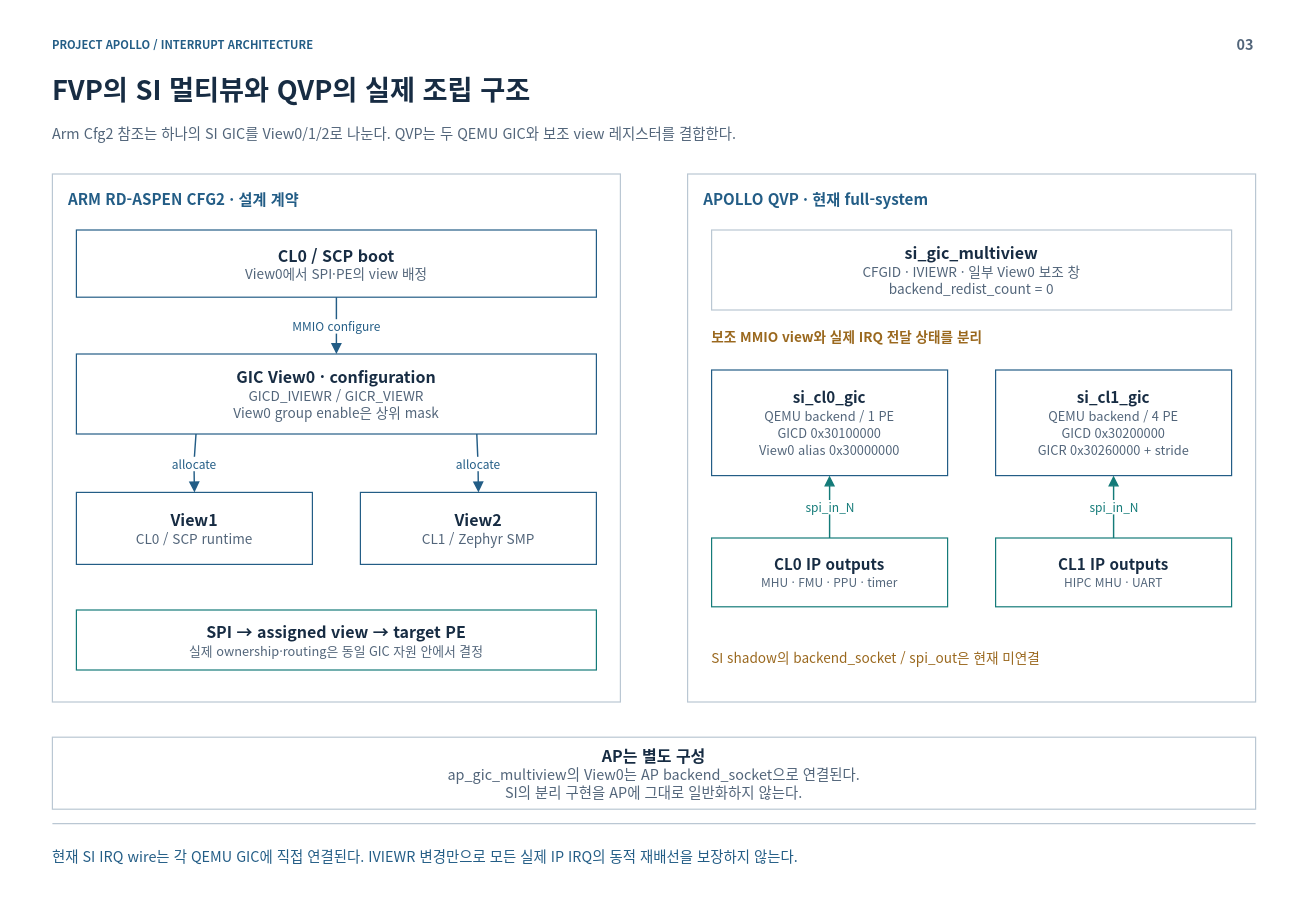
Before: page "03-multiview" (3 of 32) of doc/phase1/interrupt/apollo-interrupt-architecture.drawio in cometzero/project-apollo, a draw.io diagram. Source tidied: cells renumbered, new cells numbered last; positions are measured from the earlier drawing's top-left corner, leaving out a move shared by most shapes. Both pictures are drawn from the tidied source at 80%, with x=0, y=0 at pixel (14, 14).
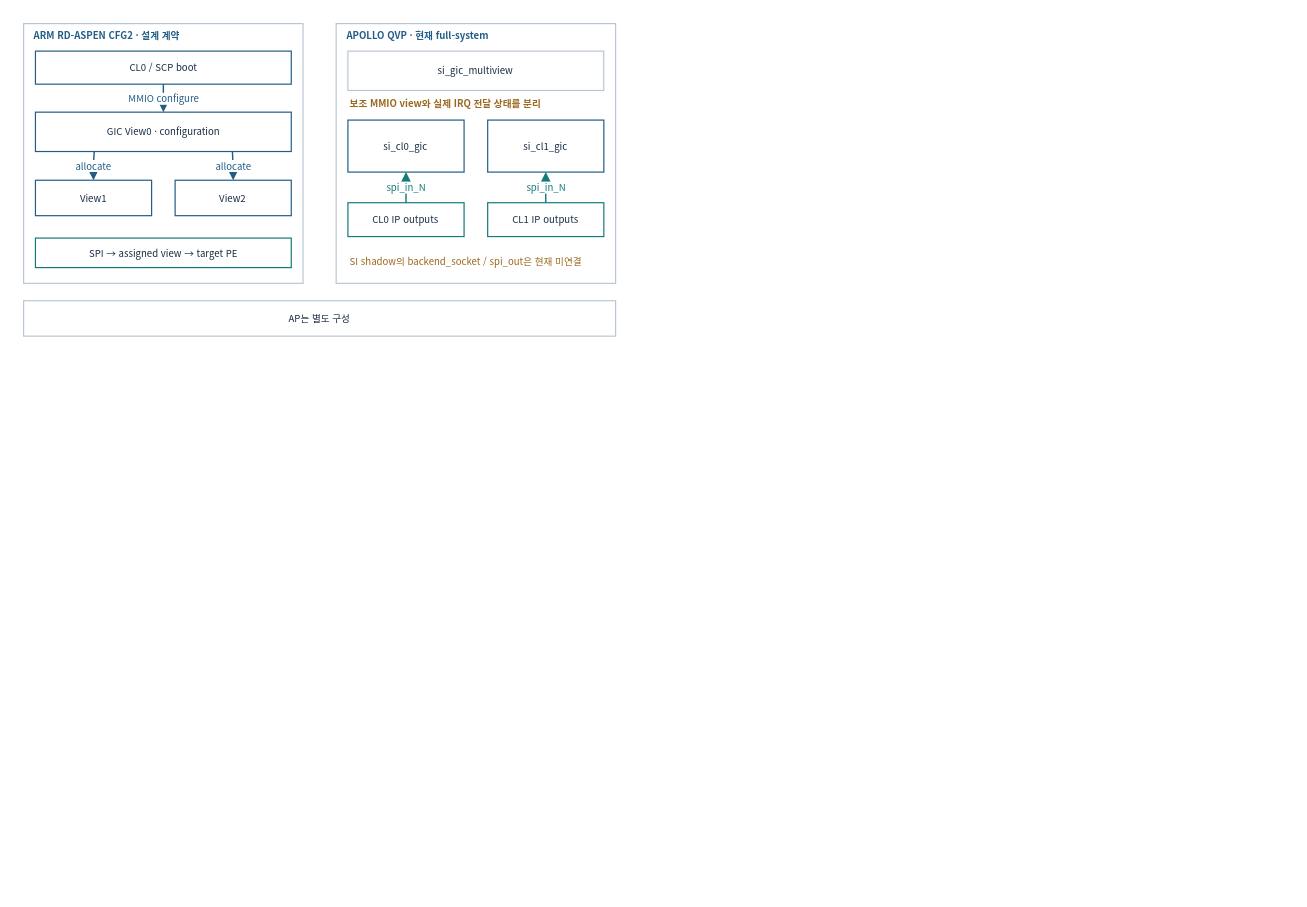
The same diagram, later.

The edit, as a diff of the source:
```diff
@@
-    <mxCell id="2" style="rounded=0;whiteSpace=wrap;html=1;fillColor=#FFFFFF;strokeColor=none;strokeWidth=1.5;fontColor=#172C43;fontFamily=Noto Sans CJK KR;fontSize=18;spacing=14;" parent="1" vertex="1">
-      <mxGeometry width="1600" height="1100" as="geometry" />
-    </mxCell>
-    <mxCell id="3" value="PROJECT APOLLO  /  INTERRUPT ARCHITECTURE" style="rounded=0;whiteSpace=wrap;html=1;fillColor=#FFFFFF;strokeColor=none;strokeWidth=1.5;fontColor=#172C43;fontFamily=Noto Sans CJK KR;fontSize=18;spacing=14;fillColor=none;align=left;verticalAlign=middle;spacing=0;fontSize=14;fontColor=#235D86;fontStyle=1;" parent="1" vertex="1">
-      <mxGeometry x="48" y="26" width="1400" height="24" as="geometry" />
-    </mxCell>
-    <mxCell id="4" value="03" style="rounded=0;whiteSpace=wrap;html=1;fillColor=#FFFFFF;strokeColor=none;strokeWidth=1.5;fontColor=#172C43;fontFamily=Noto Sans CJK KR;fontSize=18;spacing=14;fillColor=none;align=right;verticalAlign=middle;spacing=0;fontSize=18;fontColor=#52657A;fontStyle=1;" parent="1" vertex="1">
-      <mxGeometry x="1485" y="23" width="65" height="30" as="geometry" />
-    </mxCell>
-    <mxCell id="5" value="FVP의 SI 멀티뷰와 QVP의 실제 조립 구조" style="rounded=0;whiteSpace=wrap;html=1;fillColor=#FFFFFF;strokeColor=none;strokeWidth=1.5;fontColor=#172C43;fontFamily=Noto Sans CJK KR;fontSize=18;spacing=14;fillColor=none;align=left;verticalAlign=middle;spacing=0;fontSize=34;fontColor=#172C43;fontStyle=1;" parent="1" vertex="1">
-      <mxGeometry x="48" y="67" width="1504" height="54" as="geometry" />
-    </mxCell>
-    <mxCell id="6" value="Arm Cfg2 참조는 하나의 SI GIC를 View0/1/2로 나눈다. QVP는 두 QEMU GIC와 보조 view 레지스터를 결합한다." style="rounded=0;whiteSpace=wrap;html=1;fillColor=#FFFFFF;strokeColor=none;strokeWidth=1.5;fontColor=#172C43;fontFamily=Noto Sans CJK KR;fontSize=18;spacing=14;fillColor=none;align=left;verticalAlign=middle;spacing=0;fontSize=18;fontColor=#52657A;" parent="1" vertex="1">
-      <mxGeometry x="48" y="127" width="1504" height="44" as="geometry" />
-    </mxCell>
-    <mxCell id="7" style="html=1;rounded=0;edgeStyle=none;endArrow=none;endSize=9;strokeColor=#BAC7D3;strokeWidth=1.6;fontColor=#BAC7D3;fontFamily=Noto Sans CJK KR;fontSize=15;labelBackgroundColor=#FFFFFF;" parent="1" edge="1">
-      <mxGeometry relative="1" as="geometry">
-        <mxPoint x="48" y="1012" as="sourcePoint" />
-        <mxPoint x="1552" y="1012" as="targetPoint" />
-      </mxGeometry>
-    </mxCell>
-    <mxCell id="8" value="현재 SI IRQ wire는 각 QEMU GIC에 직접 연결된다. IVIEWR 변경만으로 모든 실제 IP IRQ의 동적 재배선을 보장하지 않는다." style="rounded=0;whiteSpace=wrap;html=1;fillColor=#FFFFFF;strokeColor=none;strokeWidth=1.5;fontColor=#172C43;fontFamily=Noto Sans CJK KR;fontSize=18;spacing=14;fillColor=none;align=left;verticalAlign=middle;spacing=0;fontSize=18;fontColor=#235D86;" parent="1" vertex="1">
-      <mxGeometry x="48" y="1026" width="1504" height="52" as="geometry" />
-    </mxCell>
-    <mxCell id="9" style="rounded=0;whiteSpace=wrap;html=1;fillColor=#FFFFFF;strokeColor=#BAC7D3;strokeWidth=1.5;fontColor=#172C43;fontFamily=Noto Sans CJK KR;fontSize=18;spacing=14;" parent="1" vertex="1">
-      <mxGeometry x="48" y="200" width="710" height="660" as="geometry" />
+    <mxCell id="9" style="rounded=0;whiteSpace=wrap;html=1;fillColor=#FFFFFF;strokeColor=#BAC7D3;strokeWidth=1.5;fontColor=#172C43;fontFamily=Noto Sans CJK KR;fontSize=12;spacing=3;whiteSpace=wrap;" parent="1" vertex="1">
+      <mxGeometry x="12" y="12" width="349.3" height="324.7" as="geometry" />
     </mxCell>
-    <mxCell id="10" value="ARM RD-ASPEN CFG2  ·  설계 계약" style="rounded=0;whiteSpace=wrap;html=1;fillColor=#FFFFFF;strokeColor=none;strokeWidth=1.5;fontColor=#172C43;fontFamily=Noto Sans CJK KR;fontSize=18;spacing=14;fillColor=none;align=left;verticalAlign=middle;spacing=0;fontSize=19;fontColor=#235D86;fontStyle=1;" parent="1" vertex="1">
-      <mxGeometry x="68" y="215" width="670" height="32" as="geometry" />
+    <mxCell id="10" value="ARM RD-ASPEN CFG2  ·  설계 계약" style="rounded=0;whiteSpace=wrap;html=1;fillColor=#FFFFFF;strokeColor=none;strokeWidth=1.5;fontColor=#172C43;fontFamily=Noto Sans CJK KR;fillColor=none;align=left;verticalAlign=middle;fontColor=#235D86;fontStyle=1;fontSize=12;spacing=3;whiteSpace=wrap;" parent="1" vertex="1">
+      <mxGeometry x="21.8" y="19.4" width="329.6" height="15.7" as="geometry" />
     </mxCell>
-    <mxCell id="11" value="&lt;b style=&quot;font-size:20px&quot;&gt;CL0 / SCP boot&lt;/b&gt;&lt;br&gt;&lt;font color=&quot;#52657A&quot; style=&quot;font-size:17px&quot;&gt;View0에서 SPI·PE의 view 배정&lt;/font&gt;" style="rounded=0;whiteSpace=wrap;html=1;fillColor=#FFFFFF;strokeColor=#235D86;strokeWidth=1.5;fontColor=#172C43;fontFamily=Noto Sans CJK KR;fontSize=18;spacing=14;" parent="1" vertex="1">
-      <mxGeometry x="78" y="270" width="650" height="84" as="geometry" />
+    <mxCell id="11" value="CL0 / SCP boot" style="rounded=0;whiteSpace=wrap;html=1;fillColor=#FFFFFF;strokeColor=#235D86;strokeWidth=1.5;fontColor=#172C43;fontFamily=Noto Sans CJK KR;fontSize=12;spacing=3;whiteSpace=wrap;" parent="1" vertex="1">
+      <mxGeometry x="26.8" y="46.4" width="319.8" height="41.3" as="geometry" />
     </mxCell>
-    <mxCell id="12" value="&lt;b style=&quot;font-size:20px&quot;&gt;GIC View0 · configuration&lt;/b&gt;&lt;br&gt;&lt;font color=&quot;#52657A&quot; style=&quot;font-size:17px&quot;&gt;GICD_IVIEWR / GICR_VIEWR&lt;br&gt;View0 group enable은 상위 mask&lt;/font&gt;" style="rounded=0;whiteSpace=wrap;html=1;fillColor=#FFFFFF;strokeColor=#235D86;strokeWidth=1.5;fontColor=#172C43;fontFamily=Noto Sans CJK KR;fontSize=18;spacing=14;" parent="1" vertex="1">
-      <mxGeometry x="78" y="425" width="650" height="100" as="geometry" />
+    <mxCell id="12" value="GIC View0 · configuration" style="rounded=0;whiteSpace=wrap;html=1;fillColor=#FFFFFF;strokeColor=#235D86;strokeWidth=1.5;fontColor=#172C43;fontFamily=Noto Sans CJK KR;fontSize=12;spacing=3;whiteSpace=wrap;" parent="1" vertex="1">
+      <mxGeometry x="26.8" y="122.7" width="319.8" height="49.2" as="geometry" />
     </mxCell>
-    <mxCell id="13" value="&lt;b style=&quot;font-size:20px&quot;&gt;View1&lt;/b&gt;&lt;br&gt;&lt;font color=&quot;#52657A&quot; style=&quot;font-size:17px&quot;&gt;CL0 / SCP runtime&lt;/font&gt;" style="rounded=0;whiteSpace=wrap;html=1;fillColor=#FFFFFF;strokeColor=#235D86;strokeWidth=1.5;fontColor=#172C43;fontFamily=Noto Sans CJK KR;fontSize=18;spacing=14;" parent="1" vertex="1">
-      <mxGeometry x="78" y="598" width="295" height="90" as="geometry" />
+    <mxCell id="13" value="View1" style="rounded=0;whiteSpace=wrap;html=1;fillColor=#FFFFFF;strokeColor=#235D86;strokeWidth=1.5;fontColor=#172C43;fontFamily=Noto Sans CJK KR;fontSize=12;spacing=3;whiteSpace=wrap;" parent="1" vertex="1">
+      <mxGeometry x="26.8" y="207.8" width="145.2" height="44.3" as="geometry" />
     </mxCell>
-    <mxCell id="14" value="&lt;b style=&quot;font-size:20px&quot;&gt;View2&lt;/b&gt;&lt;br&gt;&lt;font color=&quot;#52657A&quot; style=&quot;font-size:17px&quot;&gt;CL1 / Zephyr SMP&lt;/font&gt;" style="rounded=0;whiteSpace=wrap;html=1;fillColor=#FFFFFF;strokeColor=#235D86;strokeWidth=1.5;fontColor=#172C43;fontFamily=Noto Sans CJK KR;fontSize=18;spacing=14;" parent="1" vertex="1">
-      <mxGeometry x="433" y="598" width="295" height="90" as="geometry" />
+    <mxCell id="14" value="View2" style="rounded=0;whiteSpace=wrap;html=1;fillColor=#FFFFFF;strokeColor=#235D86;strokeWidth=1.5;fontColor=#172C43;fontFamily=Noto Sans CJK KR;fontSize=12;spacing=3;whiteSpace=wrap;" parent="1" vertex="1">
+      <mxGeometry x="201.4" y="207.8" width="145.2" height="44.3" as="geometry" />
     </mxCell>
-    <mxCell id="15" value="MMIO configure" style="html=1;whiteSpace=nowrap;rounded=0;edgeStyle=none;endArrow=block;endFill=1;endSize=9;strokeColor=#235D86;strokeWidth=1.8;fontColor=#235D86;fontFamily=Noto Sans CJK KR;fontSize=15;labelBackgroundColor=#FFFFFF;exitX=0.5;exitY=1;exitDx=0;exitDy=0;entryX=0.5;entryY=0;entryDx=0;entryDy=0;" parent="1" edge="1" source="11" target="12">
+    <mxCell id="15" value="MMIO configure" style="html=1;rounded=0;edgeStyle=none;endArrow=block;endFill=1;endSize=9;strokeColor=#235D86;strokeWidth=1.8;fontColor=#235D86;fontFamily=Noto Sans CJK KR;labelBackgroundColor=#FFFFFF;exitX=0.5;exitY=1;exitDx=0;exitDy=0;entryX=0.5;entryY=0;entryDx=0;entryDy=0;fontSize=12;spacing=3;whiteSpace=nowrap;" parent="1" edge="1" source="11" target="12">
       <mxGeometry relative="1" as="geometry" />
     </mxCell>
-    <mxCell id="16" value="allocate" style="html=1;whiteSpace=nowrap;rounded=0;edgeStyle=none;endArrow=block;endFill=1;endSize=9;strokeColor=#235D86;strokeWidth=1.8;fontColor=#235D86;fontFamily=Noto Sans CJK KR;fontSize=15;labelBackgroundColor=#FFFFFF;exitX=0.23;exitY=1;exitDx=0;exitDy=0;entryX=0.5;entryY=0;entryDx=0;entryDy=0;" parent="1" edge="1" source="12" target="13">
+    <mxCell id="16" value="allocate" style="html=1;rounded=0;edgeStyle=none;endArrow=block;endFill=1;endSize=9;strokeColor=#235D86;strokeWidth=1.8;fontColor=#235D86;fontFamily=Noto Sans CJK KR;labelBackgroundColor=#FFFFFF;exitX=0.23;exitY=1;exitDx=0;exitDy=0;entryX=0.5;entryY=0;entryDx=0;entryDy=0;fontSize=12;spacing=3;whiteSpace=nowrap;" parent="1" edge="1" source="12" target="13">
       <mxGeometry relative="1" as="geometry">
         <Array as="points">
-          <mxPoint x="225" y="561" />
+          <mxPoint x="99.1" y="189.6" />
         </Array>
       </mxGeometry>
     </mxCell>
-    <mxCell id="17" value="allocate" style="html=1;whiteSpace=nowrap;rounded=0;edgeStyle=none;endArrow=block;endFill=1;endSize=9;strokeColor=#235D86;strokeWidth=1.8;fontColor=#235D86;fontFamily=Noto Sans CJK KR;fontSize=15;labelBackgroundColor=#FFFFFF;exitX=0.77;exitY=1;exitDx=0;exitDy=0;entryX=0.5;entryY=0;entryDx=0;entryDy=0;" parent="1" edge="1" source="12" target="14">
+    <mxCell id="17" value="allocate" style="html=1;rounded=0;edgeStyle=none;endArrow=block;endFill=1;endSize=9;strokeColor=#235D86;strokeWidth=1.8;fontColor=#235D86;fontFamily=Noto Sans CJK KR;labelBackgroundColor=#FFFFFF;exitX=0.77;exitY=1;exitDx=0;exitDy=0;entryX=0.5;entryY=0;entryDx=0;entryDy=0;fontSize=12;spacing=3;whiteSpace=nowrap;" parent="1" edge="1" source="12" target="14">
       <mxGeometry relative="1" as="geometry">
         <Array as="points">
-          <mxPoint x="580" y="561" />
+          <mxPoint x="273.8" y="189.6" />
         </Array>
       </mxGeometry>
     </mxCell>
-    <mxCell id="18" value="&lt;b style=&quot;font-size:20px&quot;&gt;SPI → assigned view → target PE&lt;/b&gt;&lt;br&gt;&lt;font color=&quot;#52657A&quot; style=&quot;font-size:16px&quot;&gt;실제 ownership·routing은 동일 GIC 자원 안에서 결정&lt;/font&gt;" style="rounded=0;whiteSpace=wrap;html=1;fillColor=#FFFFFF;strokeColor=#147B79;strokeWidth=1.5;fontColor=#172C43;fontFamily=Noto Sans CJK KR;fontSize=18;spacing=14;" parent="1" vertex="1">
-      <mxGeometry x="78" y="745" width="650" height="75" as="geometry" />
+    <mxCell id="18" value="SPI → assigned view → target PE" style="rounded=0;whiteSpace=wrap;html=1;fillColor=#FFFFFF;strokeColor=#147B79;strokeWidth=1.5;fontColor=#172C43;fontFamily=Noto Sans CJK KR;fontSize=12;spacing=3;whiteSpace=wrap;" parent="1" vertex="1">
+      <mxGeometry x="26.8" y="280.1" width="319.8" height="36.9" as="geometry" />
     </mxCell>
-    <mxCell id="19" style="rounded=0;whiteSpace=wrap;html=1;fillColor=#FFFFFF;strokeColor=#BAC7D3;strokeWidth=1.5;fontColor=#172C43;fontFamily=Noto Sans CJK KR;fontSize=18;spacing=14;" parent="1" vertex="1">
-      <mxGeometry x="842" y="200" width="710" height="660" as="geometry" />
+    <mxCell id="19" style="rounded=0;whiteSpace=wrap;html=1;fillColor=#FFFFFF;strokeColor=#BAC7D3;strokeWidth=1.5;fontColor=#172C43;fontFamily=Noto Sans CJK KR;fontSize=12;spacing=3;whiteSpace=wrap;" parent="1" vertex="1">
+      <mxGeometry x="402.7" y="12" width="349.3" height="324.7" as="geometry" />
     </mxCell>
-    <mxCell id="20" value="APOLLO QVP  ·  현재 full-system" style="rounded=0;whiteSpace=wrap;html=1;fillColor=#FFFFFF;strokeColor=none;strokeWidth=1.5;fontColor=#172C43;fontFamily=Noto Sans CJK KR;fontSize=18;spacing=14;fillColor=none;align=left;verticalAlign=middle;spacing=0;fontSize=19;fontColor=#235D86;fontStyle=1;" parent="1" vertex="1">
-      <mxGeometry x="862" y="215" width="670" height="32" as="geometry" />
+    <mxCell id="20" value="APOLLO QVP  ·  현재 full-system" style="rounded=0;whiteSpace=wrap;html=1;fillColor=#FFFFFF;strokeColor=none;strokeWidth=1.5;fontColor=#172C43;fontFamily=Noto Sans CJK KR;fillColor=none;align=left;verticalAlign=middle;fontColor=#235D86;fontStyle=1;fontSize=12;spacing=3;whiteSpace=wrap;" parent="1" vertex="1">
+      <mxGeometry x="412.5" y="19.4" width="329.6" height="15.7" as="geometry" />
     </mxCell>
-    <mxCell id="21" value="&lt;b style=&quot;font-size:20px&quot;&gt;si_gic_multiview&lt;/b&gt;&lt;br&gt;&lt;font color=&quot;#52657A&quot; style=&quot;font-size:17px&quot;&gt;CFGID · IVIEWR · 일부 View0 보조 창&lt;br&gt;backend_redist_count = 0&lt;/font&gt;" style="rounded=0;whiteSpace=wrap;html=1;fillColor=#FFFFFF;strokeColor=#BAC7D3;strokeWidth=1.5;fontColor=#172C43;fontFamily=Noto Sans CJK KR;fontSize=18;spacing=14;" parent="1" vertex="1">
-      <mxGeometry x="872" y="270" width="650" height="100" as="geometry" />
+    <mxCell id="21" value="si_gic_multiview" style="rounded=0;whiteSpace=wrap;html=1;fillColor=#FFFFFF;strokeColor=#BAC7D3;strokeWidth=1.5;fontColor=#172C43;fontFamily=Noto Sans CJK KR;fontSize=12;spacing=3;whiteSpace=wrap;" parent="1" vertex="1">
+      <mxGeometry x="417.4" y="46.4" width="319.8" height="49.2" as="geometry" />
     </mxCell>
-    <mxCell id="22" value="&lt;b style=&quot;font-size:19px&quot;&gt;si_cl0_gic&lt;/b&gt;&lt;br&gt;&lt;font color=&quot;#52657A&quot; style=&quot;font-size:16px&quot;&gt;QEMU backend / 1 PE&lt;br&gt;GICD 0x30100000&lt;br&gt;View0 alias 0x30000000&lt;/font&gt;" style="rounded=0;whiteSpace=wrap;html=1;fillColor=#FFFFFF;strokeColor=#235D86;strokeWidth=1.5;fontColor=#172C43;fontFamily=Noto Sans CJK KR;fontSize=18;spacing=14;" parent="1" vertex="1">
-      <mxGeometry x="872" y="445" width="295" height="132" as="geometry" />
+    <mxCell id="22" value="si_cl0_gic" style="rounded=0;whiteSpace=wrap;html=1;fillColor=#FFFFFF;strokeColor=#235D86;strokeWidth=1.5;fontColor=#172C43;fontFamily=Noto Sans CJK KR;fontSize=12;spacing=3;whiteSpace=wrap;" parent="1" vertex="1">
+      <mxGeometry x="417.4" y="132.6" width="145.2" height="65" as="geometry" />
     </mxCell>
-    <mxCell id="23" value="&lt;b style=&quot;font-size:19px&quot;&gt;si_cl1_gic&lt;/b&gt;&lt;br&gt;&lt;font color=&quot;#52657A&quot; style=&quot;font-size:16px&quot;&gt;QEMU backend / 4 PE&lt;br&gt;GICD 0x30200000&lt;br&gt;GICR 0x30260000 + stride&lt;/font&gt;" style="rounded=0;whiteSpace=wrap;html=1;fillColor=#FFFFFF;strokeColor=#235D86;strokeWidth=1.5;fontColor=#172C43;fontFamily=Noto Sans CJK KR;fontSize=18;spacing=14;" parent="1" vertex="1">
-      <mxGeometry x="1227" y="445" width="295" height="132" as="geometry" />
+    <mxCell id="23" value="si_cl1_gic" style="rounded=0;whiteSpace=wrap;html=1;fillColor=#FFFFFF;strokeColor=#235D86;strokeWidth=1.5;fontColor=#172C43;fontFamily=Noto Sans CJK KR;fontSize=12;spacing=3;whiteSpace=wrap;" parent="1" vertex="1">
+      <mxGeometry x="592.1" y="132.6" width="145.2" height="65" as="geometry" />
     </mxCell>
-    <mxCell id="24" value="보조 MMIO view와 실제 IRQ 전달 상태를 분리" style="rounded=0;whiteSpace=wrap;html=1;fillColor=#FFFFFF;strokeColor=none;strokeWidth=1.5;fontColor=#172C43;fontFamily=Noto Sans CJK KR;fontSize=18;spacing=14;fillColor=none;align=left;verticalAlign=middle;spacing=0;fontSize=17;fontColor=#9A681E;fontStyle=1;" parent="1" vertex="1">
-      <mxGeometry x="872" y="387" width="650" height="33" as="geometry" />
+    <mxCell id="24" value="보조 MMIO view와 실제 IRQ 전달 상태를 분리" style="rounded=0;whiteSpace=wrap;html=1;fillColor=#FFFFFF;strokeColor=none;strokeWidth=1.5;fontColor=#172C43;fontFamily=Noto Sans CJK KR;fillColor=none;align=left;verticalAlign=middle;fontColor=#9A681E;fontStyle=1;fontSize=12;spacing=3;whiteSpace=wrap;" parent="1" vertex="1">
+      <mxGeometry x="417.4" y="104" width="319.8" height="16.2" as="geometry" />
     </mxCell>
-    <mxCell id="25" value="&lt;b style=&quot;font-size:19px&quot;&gt;CL0 IP outputs&lt;/b&gt;&lt;br&gt;&lt;font color=&quot;#52657A&quot; style=&quot;font-size:15px&quot;&gt;MHU · FMU · PPU · timer&lt;/font&gt;" style="rounded=0;whiteSpace=wrap;html=1;fillColor=#FFFFFF;strokeColor=#147B79;strokeWidth=1.5;fontColor=#172C43;fontFamily=Noto Sans CJK KR;fontSize=18;spacing=14;" parent="1" vertex="1">
-      <mxGeometry x="872" y="655" width="295" height="86" as="geometry" />
+    <mxCell id="25" value="CL0 IP outputs" style="rounded=0;whiteSpace=wrap;html=1;fillColor=#FFFFFF;strokeColor=#147B79;strokeWidth=1.5;fontColor=#172C43;fontFamily=Noto Sans CJK KR;fontSize=12;spacing=3;whiteSpace=wrap;" parent="1" vertex="1">
+      <mxGeometry x="417.4" y="235.9" width="145.2" height="42.3" as="geometry" />
     </mxCell>
-    <mxCell id="26" value="&lt;b style=&quot;font-size:19px&quot;&gt;CL1 IP outputs&lt;/b&gt;&lt;br&gt;&lt;font color=&quot;#52657A&quot; style=&quot;font-size:15px&quot;&gt;HIPC MHU · UART&lt;/font&gt;" style="rounded=0;whiteSpace=wrap;html=1;fillColor=#FFFFFF;strokeColor=#147B79;strokeWidth=1.5;fontColor=#172C43;fontFamily=Noto Sans CJK KR;fontSize=18;spacing=14;" parent="1" vertex="1">
-      <mxGeometry x="1227" y="655" width="295" height="86" as="geometry" />
+    <mxCell id="26" value="CL1 IP outputs" style="rounded=0;whiteSpace=wrap;html=1;fillColor=#FFFFFF;strokeColor=#147B79;strokeWidth=1.5;fontColor=#172C43;fontFamily=Noto Sans CJK KR;fontSize=12;spacing=3;whiteSpace=wrap;" parent="1" vertex="1">
+      <mxGeometry x="592.1" y="235.9" width="145.2" height="42.3" as="geometry" />
     </mxCell>
-    <mxCell id="27" value="spi_in_N" style="html=1;whiteSpace=nowrap;rounded=0;edgeStyle=none;endArrow=block;endFill=1;endSize=9;strokeColor=#147B79;strokeWidth=1.8;fontColor=#147B79;fontFamily=Noto Sans CJK KR;fontSize=15;labelBackgroundColor=#FFFFFF;exitX=0.5;exitY=0;exitDx=0;exitDy=0;entryX=0.5;entryY=1;entryDx=0;entryDy=0;" parent="1" edge="1" source="25" target="22">
+    <mxCell id="27" value="spi_in_N" style="html=1;rounded=0;edgeStyle=none;endArrow=block;endFill=1;endSize=9;strokeColor=#147B79;strokeWidth=1.8;fontColor=#147B79;fontFamily=Noto Sans CJK KR;labelBackgroundColor=#FFFFFF;exitX=0.5;exitY=0;exitDx=0;exitDy=0;entryX=0.5;entryY=1;entryDx=0;entryDy=0;fontSize=12;spacing=3;whiteSpace=nowrap;" parent="1" edge="1" source="25" target="22">
       <mxGeometry relative="1" as="geometry" />
     </mxCell>
-    <mxCell id="28" value="spi_in_N" style="html=1;whiteSpace=nowrap;rounded=0;edgeStyle=none;endArrow=block;endFill=1;endSize=9;strokeColor=#147B79;strokeWidth=1.8;fontColor=#147B79;fontFamily=Noto Sans CJK KR;fontSize=15;labelBackgroundColor=#FFFFFF;exitX=0.5;exitY=0;exitDx=0;exitDy=0;entryX=0.5;entryY=1;entryDx=0;entryDy=0;" parent="1" edge="1" source="26" target="23">
+    <mxCell id="28" value="spi_in_N" style="html=1;rounded=0;edgeStyle=none;endArrow=block;endFill=1;endSize=9;strokeColor=#147B79;strokeWidth=1.8;fontColor=#147B79;fontFamily=Noto Sans CJK KR;labelBackgroundColor=#FFFFFF;exitX=0.5;exitY=0;exitDx=0;exitDy=0;entryX=0.5;entryY=1;entryDx=0;entryDy=0;fontSize=12;spacing=3;whiteSpace=nowrap;" parent="1" edge="1" source="26" target="23">
       <mxGeometry relative="1" as="geometry" />
     </mxCell>
-    <mxCell id="29" value="SI shadow의 backend_socket / spi_out은 현재 미연결" style="rounded=0;whiteSpace=wrap;html=1;fillColor=#FFFFFF;strokeColor=none;strokeWidth=1.5;fontColor=#172C43;fontFamily=Noto Sans CJK KR;fontSize=18;spacing=14;fillColor=none;align=left;verticalAlign=middle;spacing=0;fontSize=17;fontColor=#9A681E;" parent="1" vertex="1">
-      <mxGeometry x="872" y="782" width="650" height="45" as="geometry" />
+    <mxCell id="29" value="SI shadow의 backend_socket / spi_out은 현재 미연결" style="rounded=0;whiteSpace=wrap;html=1;fillColor=#FFFFFF;strokeColor=none;strokeWidth=1.5;fontColor=#172C43;fontFamily=Noto Sans CJK KR;fillColor=none;align=left;verticalAlign=middle;fontColor=#9A681E;fontSize=12;spacing=3;whiteSpace=wrap;" parent="1" vertex="1">
+      <mxGeometry x="417.4" y="298.4" width="319.8" height="22.1" as="geometry" />
     </mxCell>
-    <mxCell id="30" value="&lt;b style=&quot;font-size:20px&quot;&gt;AP는 별도 구성&lt;/b&gt;&lt;br&gt;&lt;font color=&quot;#52657A&quot; style=&quot;font-size:18px&quot;&gt;ap_gic_multiview의 View0는 AP backend_socket으로 연결된다.&lt;br&gt;SI의 분리 구현을 AP에 그대로 일반화하지 않는다.&lt;/font&gt;" style="rounded=0;whiteSpace=wrap;html=1;fillColor=#FFFFFF;strokeColor=#BAC7D3;strokeWidth=1.5;fontColor=#172C43;fontFamily=Noto Sans CJK KR;fontSize=18;spacing=14;" parent="1" vertex="1">
-      <mxGeometry x="48" y="904" width="1504" height="90" as="geometry" />
+    <mxCell id="30" value="AP는 별도 구성" style="rounded=0;whiteSpace=wrap;html=1;fillColor=#FFFFFF;strokeColor=#BAC7D3;strokeWidth=1.5;fontColor=#172C43;fontFamily=Noto Sans CJK KR;fontSize=12;spacing=3;whiteSpace=wrap;" parent="1" vertex="1">
+      <mxGeometry x="12" y="358.4" width="740" height="44.3" as="geometry" />
     </mxCell>
```
